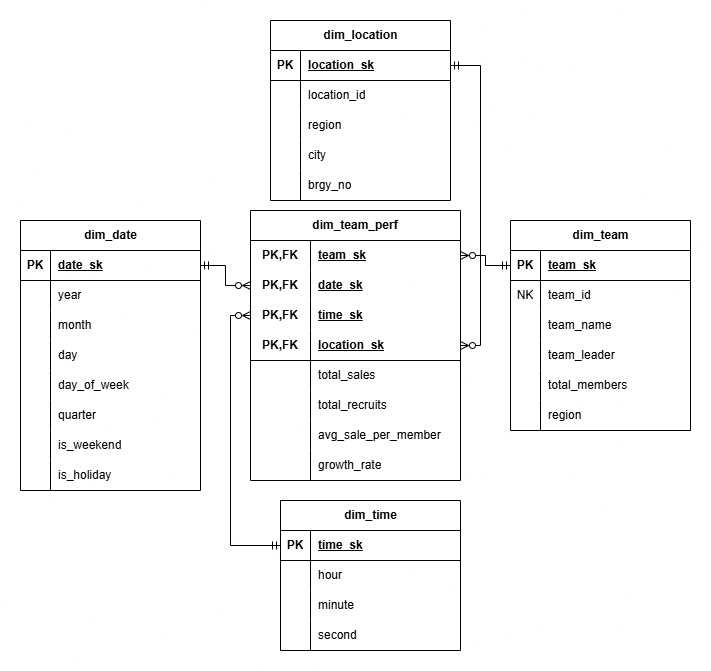
Before: exercise4/images/performance.png, a diagram exported from draw.io (vsitucal-personal/deds_oltp_erd_implementation). Source tidied: cells renumbered, new cells last; positions are measured from the earlier drawing's top-left corner, leaving out a move shared by most shapes.
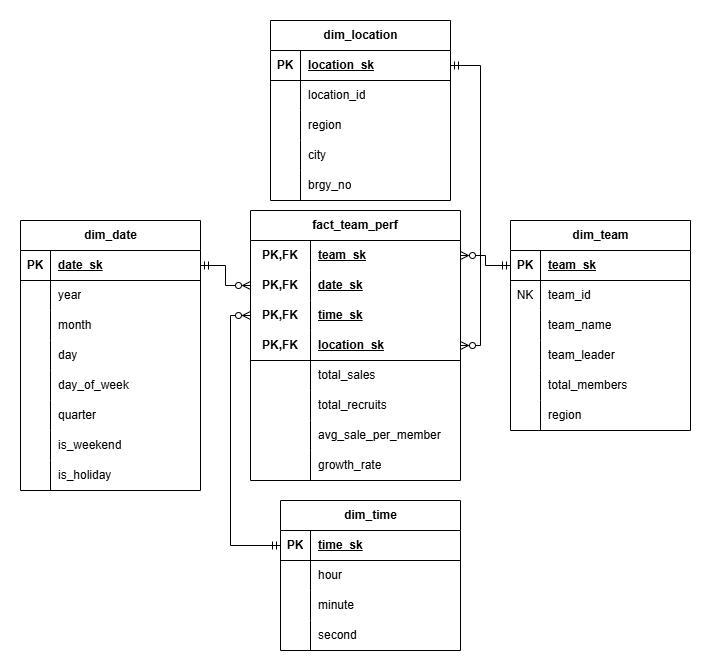
The same file after the commit.

Commit message:
Update exercise 4 pics

What changed in the source:
```diff
@@ -2,7 +2,7 @@
   <root>
     <mxCell id="0" />
     <mxCell id="1" parent="0" />
-    <mxCell id="2" value="dim_team_perf" style="shape=table;startSize=30;rowLines=0;fontStyle=1;align=center;html=1;whiteSpace=wrap;" parent="1" vertex="1">
+    <mxCell id="2" value="fact_team_perf" style="shape=table;startSize=30;rowLines=0;fontStyle=1;align=center;html=1;whiteSpace=wrap;" parent="1" vertex="1">
       <mxGeometry x="230" y="190" width="210" height="270" as="geometry" />
     </mxCell>
     <mxCell id="3" style="shape=tableRow;horizontal=0;startSize=0;swimlaneHead=0;swimlaneBody=0;fillColor=none;points=[[0,0.5],[1,0.5]];portConstraint=eastwest;top=0;left=0;right=0;bottom=0;html=1;" parent="2" vertex="1">
```
